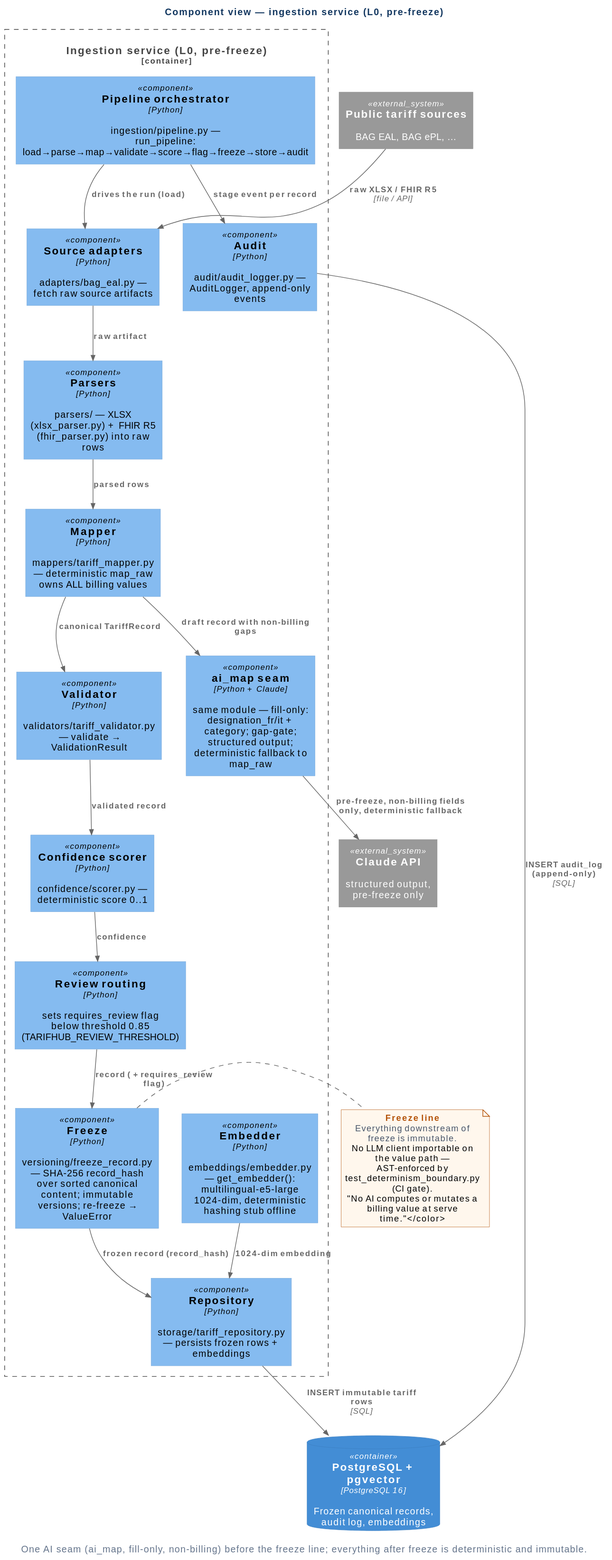
The PlantUML diagram docs/diagrams/c4-component-ingestion.svg in erhanuenlue/tarifhub, before a commit.
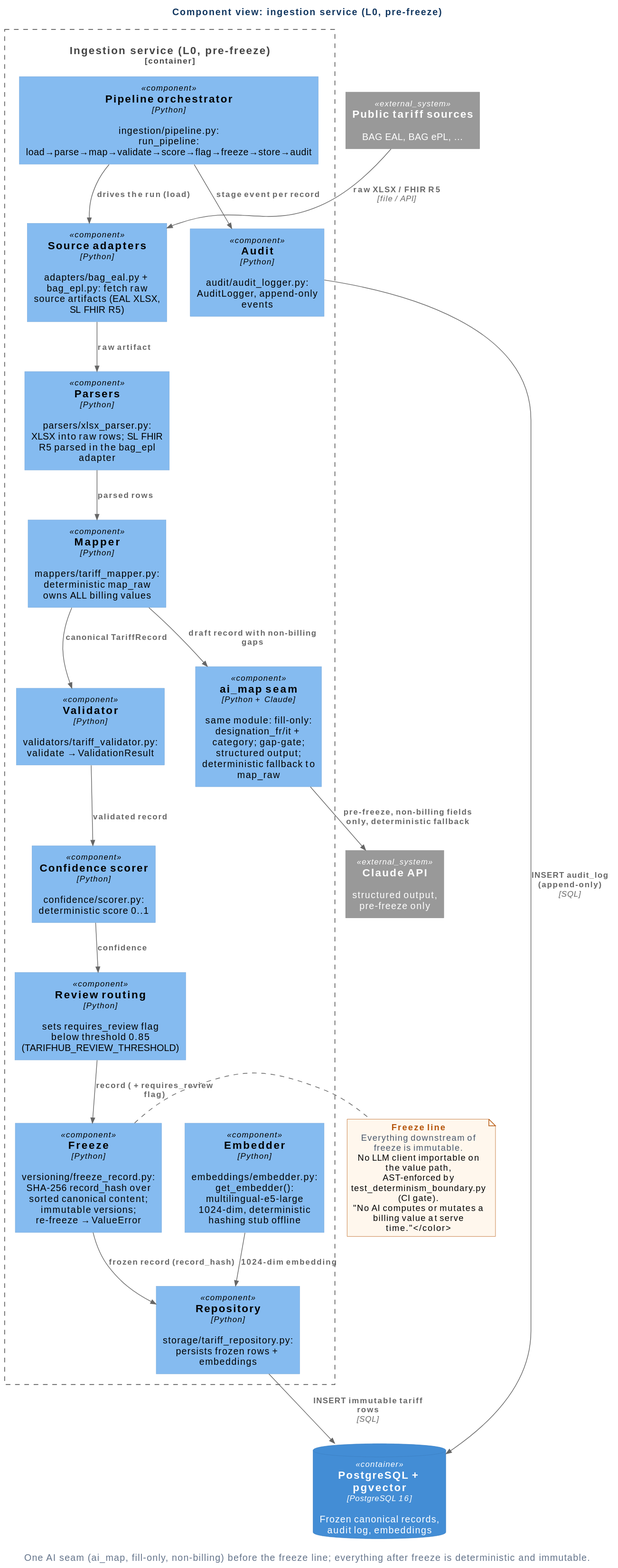
Above is the later version.

Commit message:
docs(cas): fix three report-vs-repo contradictions (console tests, fhir_parser, Quarkus env) (#23)

The edit, as a diff of the source:
```diff
@@ -2,7 +2,7 @@
 !include tarifhub-style.iuml
 !include <C4/C4_Component>
 
-title <b><color:#11365f>Component view — ingestion service (L0, pre-freeze)</color></b>
+title <b><color:#11365f>Component view: ingestion service (L0, pre-freeze)</color></b>
 caption <color:#64748b>One AI seam (ai_map, fill-only, non-billing) before the freeze line; everything after freeze is deterministic and immutable.</color>
 
 System_Ext(sources, "Public tariff sources", "BAG EAL, BAG ePL, …")
@@ -10,18 +10,18 @@
 ContainerDb(db, "PostgreSQL + pgvector", "PostgreSQL 16", "Frozen canonical records, audit log, embeddings")
 
 Container_Boundary(ingest, "Ingestion service (L0, pre-freeze)") {
-  Component(pipeline, "Pipeline orchestrator", "Python", "ingestion/pipeline.py — run_pipeline: load→parse→map→validate→score→flag→freeze→store→audit")
-  Component(adapters, "Source adapters", "Python", "adapters/bag_eal.py — fetch raw source artifacts")
-  Component(parsers, "Parsers", "Python", "parsers/ — XLSX (xlsx_parser.py) + FHIR R5 (fhir_parser.py) into raw rows")
-  Component(mapper, "Mapper", "Python", "mappers/tariff_mapper.py — deterministic map_raw owns ALL billing values")
-  Component(aimap, "ai_map seam", "Python + Claude", "same module — fill-only: designation_fr/it + category; gap-gate; structured output; deterministic fallback to map_raw")
-  Component(validator, "Validator", "Python", "validators/tariff_validator.py — validate → ValidationResult")
-  Component(scorer, "Confidence scorer", "Python", "confidence/scorer.py — deterministic score 0..1")
+  Component(pipeline, "Pipeline orchestrator", "Python", "ingestion/pipeline.py: run_pipeline: load→parse→map→validate→score→flag→freeze→store→audit")
+  Component(adapters, "Source adapters", "Python", "adapters/bag_eal.py + bag_epl.py: fetch raw source artifacts (EAL XLSX, SL FHIR R5)")
+  Component(parsers, "Parsers", "Python", "parsers/xlsx_parser.py: XLSX into raw rows; SL FHIR R5 parsed in the bag_epl adapter")
+  Component(mapper, "Mapper", "Python", "mappers/tariff_mapper.py: deterministic map_raw owns ALL billing values")
+  Component(aimap, "ai_map seam", "Python + Claude", "same module: fill-only: designation_fr/it + category; gap-gate; structured output; deterministic fallback to map_raw")
+  Component(validator, "Validator", "Python", "validators/tariff_validator.py: validate → ValidationResult")
+  Component(scorer, "Confidence scorer", "Python", "confidence/scorer.py: deterministic score 0..1")
   Component(review, "Review routing", "Python", "sets requires_review flag below threshold 0.85 (TARIFHUB_REVIEW_THRESHOLD)")
-  Component(freeze, "Freeze", "Python", "versioning/freeze_record.py — SHA-256 record_hash over sorted canonical content; immutable versions; re-freeze → ValueError")
-  Component(embedder, "Embedder", "Python", "embeddings/embedder.py — get_embedder(): multilingual-e5-large 1024-dim, deterministic hashing stub offline")
-  Component(repo, "Repository", "Python", "storage/tariff_repository.py — persists frozen rows + embeddings")
-  Component(audit, "Audit", "Python", "audit/audit_logger.py — AuditLogger, append-only events")
+  Component(freeze, "Freeze", "Python", "versioning/freeze_record.py: SHA-256 record_hash over sorted canonical content; immutable versions; re-freeze → ValueError")
+  Component(embedder, "Embedder", "Python", "embeddings/embedder.py: get_embedder(): multilingual-e5-large 1024-dim, deterministic hashing stub offline")
+  Component(repo, "Repository", "Python", "storage/tariff_repository.py: persists frozen rows + embeddings")
+  Component(audit, "Audit", "Python", "audit/audit_logger.py: AuditLogger, append-only events")
 }
 
 Rel(pipeline, adapters, "drives the run (load)")
@@ -43,7 +43,7 @@
 note right of freeze #fff7ed
   <b><color:#b45309>Freeze line</color></b>
   <color:#475569>Everything downstream of freeze is immutable.
-  No LLM client importable on the value path —
+  No LLM client importable on the value path,
   AST-enforced by test_determinism_boundary.py (CI gate).
   "No AI computes or mutates a billing value at serve time."</color>
 end note
```
